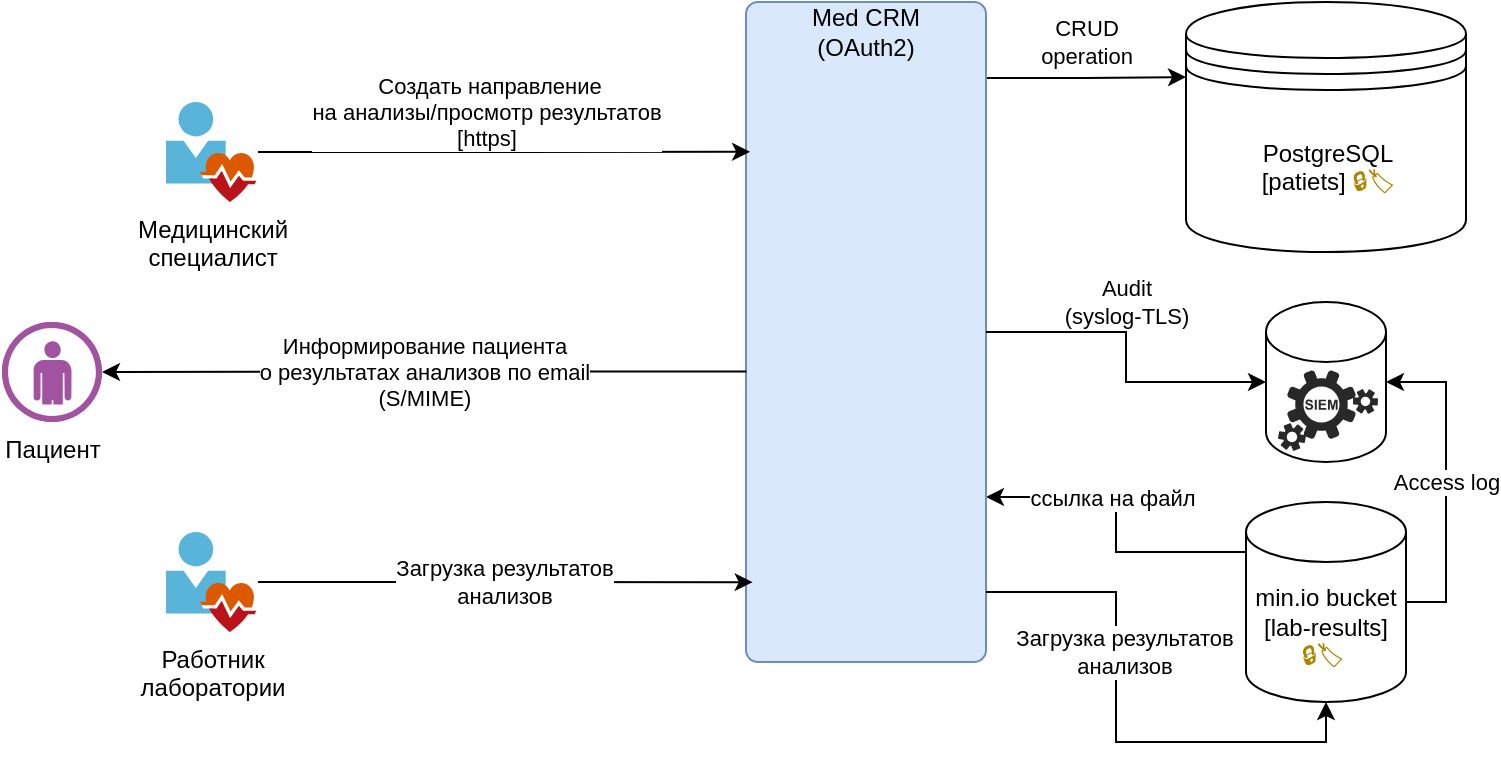
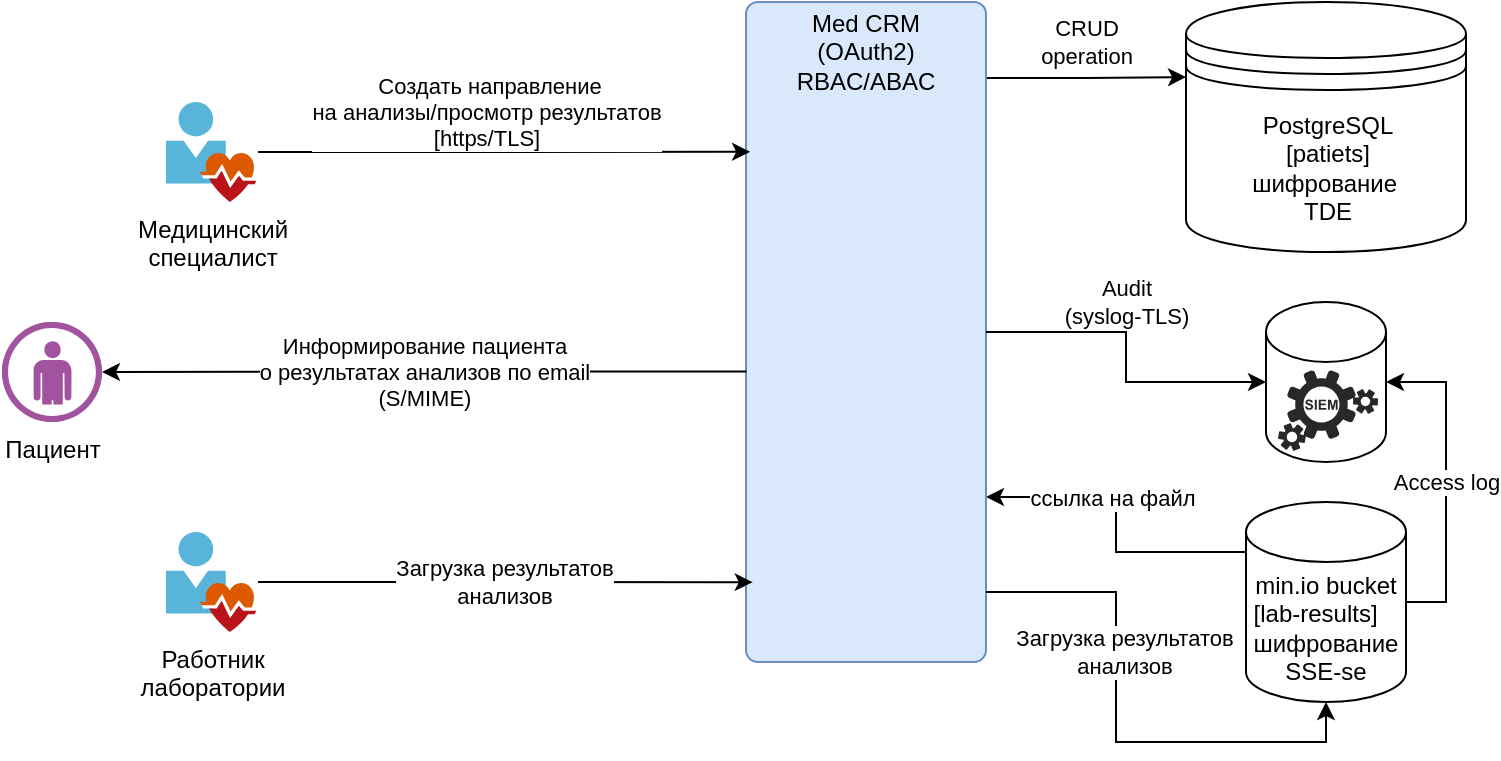
<mxfile host="Electron" agent="Mozilla/5.0 (Windows NT 10.0; Win64; x64) AppleWebKit/537.36 (KHTML, like Gecko) draw.io/27.0.9 Chrome/134.0.6998.205 Electron/35.4.0 Safari/537.36" version="27.0.9">
  <diagram id="qqL9yrHhn_4yVXa2ajzl" name="page-1">
    <mxGraphModel dx="784" dy="1185" grid="1" gridSize="10" guides="1" tooltips="1" connect="1" arrows="1" fold="1" page="1" pageScale="1" pageWidth="827" pageHeight="1169" math="0" shadow="0">
      <root>
        <mxCell id="0" />
        <mxCell id="1" parent="0" />
        <mxCell id="hLUzaCD8DHhP8mqRNgG0-1" value="" style="shape=datastore;whiteSpace=wrap;html=1;" parent="1" vertex="1">
          <mxGeometry x="612" y="20" width="140" height="125" as="geometry" />
        </mxCell>
        <mxCell id="hLUzaCD8DHhP8mqRNgG0-4" value="Пациент" style="verticalLabelPosition=bottom;sketch=0;html=1;fillColor=#A153A0;strokeColor=#ffffff;verticalAlign=top;align=center;points=[[0,0.5,0],[0.125,0.25,0],[0.25,0,0],[0.5,0,0],[0.75,0,0],[0.875,0.25,0],[1,0.5,0],[0.875,0.75,0],[0.75,1,0],[0.5,1,0],[0.125,0.75,0]];pointerEvents=1;shape=mxgraph.cisco_safe.compositeIcon;bgIcon=ellipse;resIcon=mxgraph.cisco_safe.design.user;" parent="1" vertex="1">
          <mxGeometry x="20" y="180" width="50" height="50" as="geometry" />
        </mxCell>
        <mxCell id="hLUzaCD8DHhP8mqRNgG0-7" value="Медицинский&lt;div&gt;специалист&lt;/div&gt;" style="image;sketch=0;aspect=fixed;html=1;points=[];align=center;fontSize=12;image=img/lib/mscae/User_Health_Icon.svg;" parent="1" vertex="1">
          <mxGeometry x="102" y="70" width="46" height="50" as="geometry" />
        </mxCell>
        <mxCell id="hLUzaCD8DHhP8mqRNgG0-8" value="CRUD&lt;div&gt;operation&lt;/div&gt;" style="edgeStyle=orthogonalEdgeStyle;rounded=0;orthogonalLoop=1;jettySize=auto;html=1;exitX=1;exitY=0.25;exitDx=0;exitDy=0;entryX=0;entryY=0.3;entryDx=0;entryDy=0;flowAnimation=0;" parent="1" source="hLUzaCD8DHhP8mqRNgG0-10" target="hLUzaCD8DHhP8mqRNgG0-1" edge="1">
          <mxGeometry x="0.3104" y="18" relative="1" as="geometry">
            <Array as="points">
              <mxPoint x="512" y="58" />
              <mxPoint x="562" y="58" />
            </Array>
            <mxPoint as="offset" />
          </mxGeometry>
        </mxCell>
        <mxCell id="hLUzaCD8DHhP8mqRNgG0-9" value="ссылка на файл" style="edgeStyle=orthogonalEdgeStyle;rounded=0;orthogonalLoop=1;jettySize=auto;html=1;exitX=1;exitY=0.75;exitDx=0;exitDy=0;flowAnimation=0;startArrow=classic;startFill=1;endArrow=none;" parent="1" source="hLUzaCD8DHhP8mqRNgG0-10" target="hLUzaCD8DHhP8mqRNgG0-16" edge="1">
          <mxGeometry x="-0.2877" y="-7" relative="1" as="geometry">
            <mxPoint x="7" y="-7" as="offset" />
            <Array as="points">
              <mxPoint x="577" y="267" />
              <mxPoint x="577" y="295" />
            </Array>
          </mxGeometry>
        </mxCell>
        <mxCell id="hLUzaCD8DHhP8mqRNgG0-10" value="" style="rounded=1;whiteSpace=wrap;html=1;fillColor=#dae8fc;strokeColor=#6c8ebf;arcSize=5;labelPosition=center;verticalLabelPosition=top;align=center;verticalAlign=bottom;" parent="1" vertex="1">
          <mxGeometry x="392" y="20" width="120" height="330" as="geometry" />
        </mxCell>
-         <mxCell id="hLUzaCD8DHhP8mqRNgG0-11" value="Med CRM&lt;div&gt;(OAuth2)&lt;/div&gt;" style="text;html=1;align=center;verticalAlign=middle;whiteSpace=wrap;rounded=0;" parent="1" vertex="1">
-           <mxGeometry x="392" y="20" width="120" height="30" as="geometry" />
+         <mxCell id="hLUzaCD8DHhP8mqRNgG0-11" value="Med CRM&lt;div&gt;(OAuth2)&lt;/div&gt;&lt;div&gt;RBAC/ABAC&lt;/div&gt;" style="text;html=1;align=center;verticalAlign=middle;whiteSpace=wrap;rounded=0;" parent="1" vertex="1">
+           <mxGeometry x="392" y="30" width="120" height="30" as="geometry" />
        </mxCell>
-         <mxCell id="hLUzaCD8DHhP8mqRNgG0-12" value="PostgreSQL&lt;div&gt;[patiets]&amp;nbsp;&lt;span style=&quot;caret-color: rgb(170, 133, 0); color: rgb(170, 133, 0); font-family: Menlo, Monaco, &amp;quot;Courier New&amp;quot;, monospace; text-align: start; white-space: pre; background-color: rgb(255, 255, 254);&quot;&gt;🔒🏷&lt;/span&gt;&lt;/div&gt;" style="text;html=1;align=center;verticalAlign=middle;whiteSpace=wrap;rounded=0;" parent="1" vertex="1">
+         <mxCell id="hLUzaCD8DHhP8mqRNgG0-12" value="PostgreSQL&lt;div&gt;[patiets]&lt;/div&gt;&lt;div&gt;шифрование&amp;nbsp;&lt;/div&gt;&lt;div&gt;TDE&lt;/div&gt;" style="text;html=1;align=center;verticalAlign=middle;whiteSpace=wrap;rounded=0;" parent="1" vertex="1">
          <mxGeometry x="638" y="70" width="90" height="65" as="geometry" />
        </mxCell>
        <mxCell id="hLUzaCD8DHhP8mqRNgG0-13" value="" style="shape=cylinder3;whiteSpace=wrap;html=1;boundedLbl=1;backgroundOutline=1;size=15;" parent="1" vertex="1">
          <mxGeometry x="652" y="170" width="60" height="80" as="geometry" />
        </mxCell>
        <mxCell id="hLUzaCD8DHhP8mqRNgG0-14" value="" style="verticalLabelPosition=bottom;sketch=0;html=1;fillColor=#282828;strokeColor=none;verticalAlign=top;pointerEvents=1;align=center;shape=mxgraph.cisco_safe.security_icons.siem;" parent="1" vertex="1">
          <mxGeometry x="658" y="204" width="50" height="40.5" as="geometry" />
        </mxCell>
        <mxCell id="hLUzaCD8DHhP8mqRNgG0-15" value="&lt;div style=&quot;font-style: normal; font-variant-caps: normal; font-weight: normal; letter-spacing: normal; text-align: start; text-indent: 0px; text-transform: none; word-spacing: 0px; -webkit-text-stroke-width: 0px; text-decoration: none; color: rgb(0, 0, 0); background-color: rgb(255, 255, 254); font-family: Menlo, Monaco, &amp;quot;Courier New&amp;quot;, monospace; font-size: 12px; line-height: 18px; white-space: pre;&quot;&gt;&lt;br&gt;&lt;/div&gt;" style="text;whiteSpace=wrap;html=1;" parent="1" vertex="1">
          <mxGeometry x="512" y="190" width="70" height="40" as="geometry" />
        </mxCell>
-         <mxCell id="hLUzaCD8DHhP8mqRNgG0-16" value="min.io bucket&lt;div&gt;[lab-results]&lt;span style=&quot;caret-color: rgb(170, 133, 0); color: rgb(170, 133, 0); font-family: Menlo, Monaco, &amp;quot;Courier New&amp;quot;, monospace; text-align: start; white-space: pre; background-color: rgb(255, 255, 254);&quot;&gt;🔒🏷&lt;/span&gt;&amp;nbsp;&lt;/div&gt;" style="shape=cylinder3;whiteSpace=wrap;html=1;boundedLbl=1;backgroundOutline=1;size=15;" parent="1" vertex="1">
+         <mxCell id="hLUzaCD8DHhP8mqRNgG0-16" value="min.io bucket&lt;div style=&quot;text-align: start;&quot;&gt;[lab-results]&lt;/div&gt;&lt;div style=&quot;&quot;&gt;шифрование&lt;/div&gt;&lt;div style=&quot;&quot;&gt;SSE-se&lt;/div&gt;" style="shape=cylinder3;whiteSpace=wrap;html=1;boundedLbl=1;backgroundOutline=1;size=15;" parent="1" vertex="1">
          <mxGeometry x="642" y="270" width="80" height="100" as="geometry" />
        </mxCell>
-         <mxCell id="hLUzaCD8DHhP8mqRNgG0-18" value="&amp;nbsp;Создать направление&lt;div&gt;на анализы/просмотр результатов&lt;/div&gt;&lt;div&gt;[https]&lt;/div&gt;" style="edgeStyle=orthogonalEdgeStyle;rounded=0;orthogonalLoop=1;jettySize=auto;html=1;entryX=0.017;entryY=0.227;entryDx=0;entryDy=0;entryPerimeter=0;flowAnimation=0;" parent="1" source="hLUzaCD8DHhP8mqRNgG0-7" target="hLUzaCD8DHhP8mqRNgG0-10" edge="1">
+         <mxCell id="hLUzaCD8DHhP8mqRNgG0-18" value="&amp;nbsp;Создать направление&lt;div&gt;на анализы/просмотр результатов&lt;/div&gt;&lt;div&gt;[https/TLS]&lt;/div&gt;" style="edgeStyle=orthogonalEdgeStyle;rounded=0;orthogonalLoop=1;jettySize=auto;html=1;entryX=0.017;entryY=0.227;entryDx=0;entryDy=0;entryPerimeter=0;flowAnimation=0;" parent="1" source="hLUzaCD8DHhP8mqRNgG0-7" target="hLUzaCD8DHhP8mqRNgG0-10" edge="1">
          <mxGeometry x="-0.0733" y="20" relative="1" as="geometry">
            <mxPoint as="offset" />
          </mxGeometry>
        </mxCell>
        <mxCell id="hLUzaCD8DHhP8mqRNgG0-19" value="Audit&lt;div&gt;(syslog-TLS)&lt;/div&gt;" style="edgeStyle=orthogonalEdgeStyle;rounded=0;orthogonalLoop=1;jettySize=auto;html=1;exitX=1;exitY=0.5;exitDx=0;exitDy=0;entryX=0;entryY=0.5;entryDx=0;entryDy=0;entryPerimeter=0;flowAnimation=0;" parent="1" source="hLUzaCD8DHhP8mqRNgG0-10" target="hLUzaCD8DHhP8mqRNgG0-13" edge="1">
          <mxGeometry x="-0.1515" y="-15" relative="1" as="geometry">
            <mxPoint x="15" y="-15" as="offset" />
          </mxGeometry>
        </mxCell>
        <mxCell id="hLUzaCD8DHhP8mqRNgG0-20" value="Access log" style="edgeStyle=orthogonalEdgeStyle;rounded=0;orthogonalLoop=1;jettySize=auto;html=1;exitX=1;exitY=0.5;exitDx=0;exitDy=0;exitPerimeter=0;entryX=1;entryY=0.5;entryDx=0;entryDy=0;entryPerimeter=0;flowAnimation=0;" parent="1" source="hLUzaCD8DHhP8mqRNgG0-16" target="hLUzaCD8DHhP8mqRNgG0-13" edge="1">
          <mxGeometry relative="1" as="geometry" />
        </mxCell>
        <mxCell id="hLUzaCD8DHhP8mqRNgG0-22" value="Работник&lt;div&gt;лаборатории&lt;/div&gt;" style="image;sketch=0;aspect=fixed;html=1;points=[];align=center;fontSize=12;image=img/lib/mscae/User_Health_Icon.svg;" parent="1" vertex="1">
          <mxGeometry x="102" y="285" width="46" height="50" as="geometry" />
        </mxCell>
        <mxCell id="hLUzaCD8DHhP8mqRNgG0-27" value="Загрузка результатов&lt;div&gt;анализов&lt;/div&gt;" style="edgeStyle=orthogonalEdgeStyle;rounded=0;orthogonalLoop=1;jettySize=auto;html=1;entryX=0.028;entryY=0.879;entryDx=0;entryDy=0;entryPerimeter=0;flowAnimation=0;" parent="1" source="hLUzaCD8DHhP8mqRNgG0-22" target="hLUzaCD8DHhP8mqRNgG0-10" edge="1">
          <mxGeometry relative="1" as="geometry" />
        </mxCell>
        <mxCell id="hLUzaCD8DHhP8mqRNgG0-28" style="edgeStyle=orthogonalEdgeStyle;rounded=0;orthogonalLoop=1;jettySize=auto;html=1;entryX=0.5;entryY=1;entryDx=0;entryDy=0;entryPerimeter=0;flowAnimation=0;" parent="1" source="hLUzaCD8DHhP8mqRNgG0-10" target="hLUzaCD8DHhP8mqRNgG0-16" edge="1">
          <mxGeometry relative="1" as="geometry">
            <Array as="points">
              <mxPoint x="577" y="315" />
              <mxPoint x="577" y="390" />
              <mxPoint x="682" y="390" />
            </Array>
          </mxGeometry>
        </mxCell>
        <mxCell id="hLUzaCD8DHhP8mqRNgG0-29" value="Загрузка результатов&lt;div&gt;анализов&lt;/div&gt;" style="edgeLabel;html=1;align=center;verticalAlign=middle;resizable=0;points=[];" parent="hLUzaCD8DHhP8mqRNgG0-28" connectable="0" vertex="1">
          <mxGeometry x="-0.2836" y="4" relative="1" as="geometry">
            <mxPoint as="offset" />
          </mxGeometry>
        </mxCell>
        <mxCell id="hLUzaCD8DHhP8mqRNgG0-30" value="Информирование пациента&lt;div&gt;о результатах анализов по email&lt;/div&gt;&lt;div&gt;(S/MIME)&lt;/div&gt;" style="edgeStyle=orthogonalEdgeStyle;rounded=0;orthogonalLoop=1;jettySize=auto;html=1;exitX=0.002;exitY=0.56;exitDx=0;exitDy=0;entryX=1;entryY=0.5;entryDx=0;entryDy=0;entryPerimeter=0;exitPerimeter=0;flowAnimation=0;" parent="1" source="hLUzaCD8DHhP8mqRNgG0-10" target="hLUzaCD8DHhP8mqRNgG0-4" edge="1">
          <mxGeometry relative="1" as="geometry" />
        </mxCell>
      </root>
    </mxGraphModel>
  </diagram>
</mxfile>
